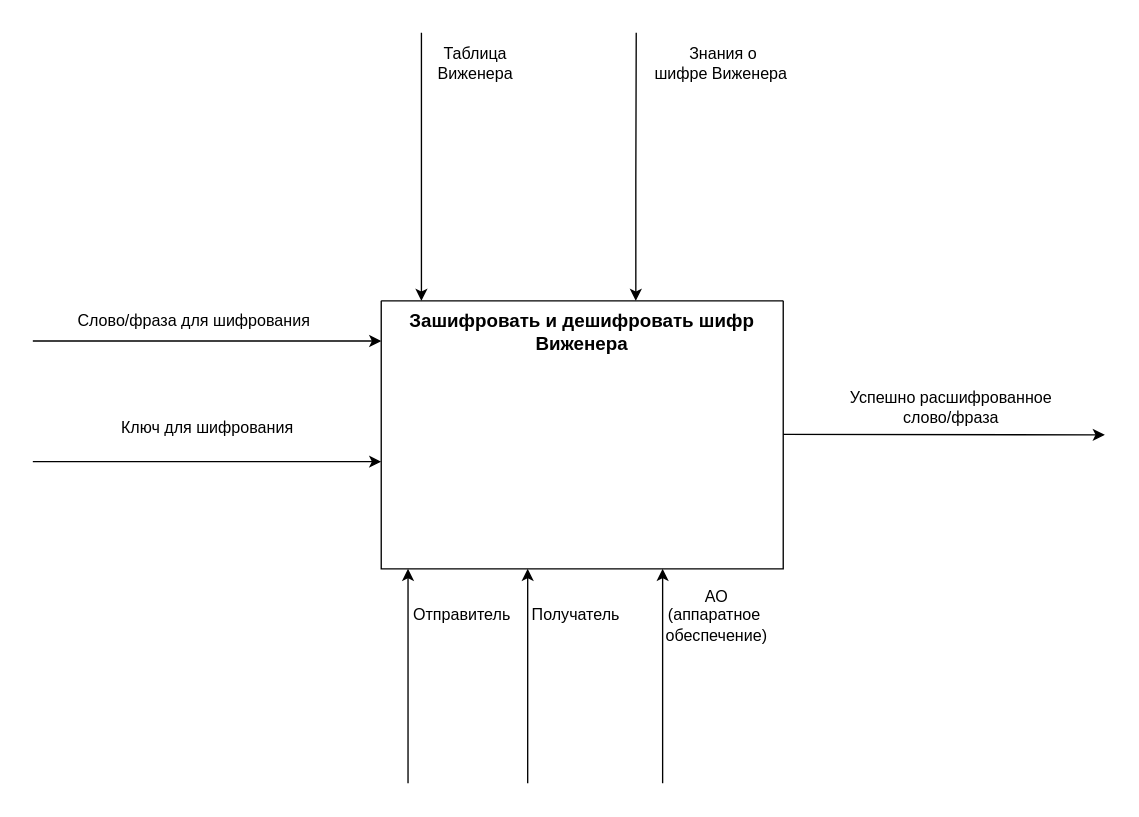
Before: page "IDEF уровень А0" (1 of 2) of Диаграмма без названия.drawio in Epicbro2222/IDEF0-diagram-, a draw.io diagram. Source tidied: cells renumbered, new cells numbered last; positions are measured from the earlier drawing's top-left corner, leaving out a move shared by most shapes. Both pictures are drawn from the tidied source at 134%, with x=0, y=0 at pixel (32, 32).
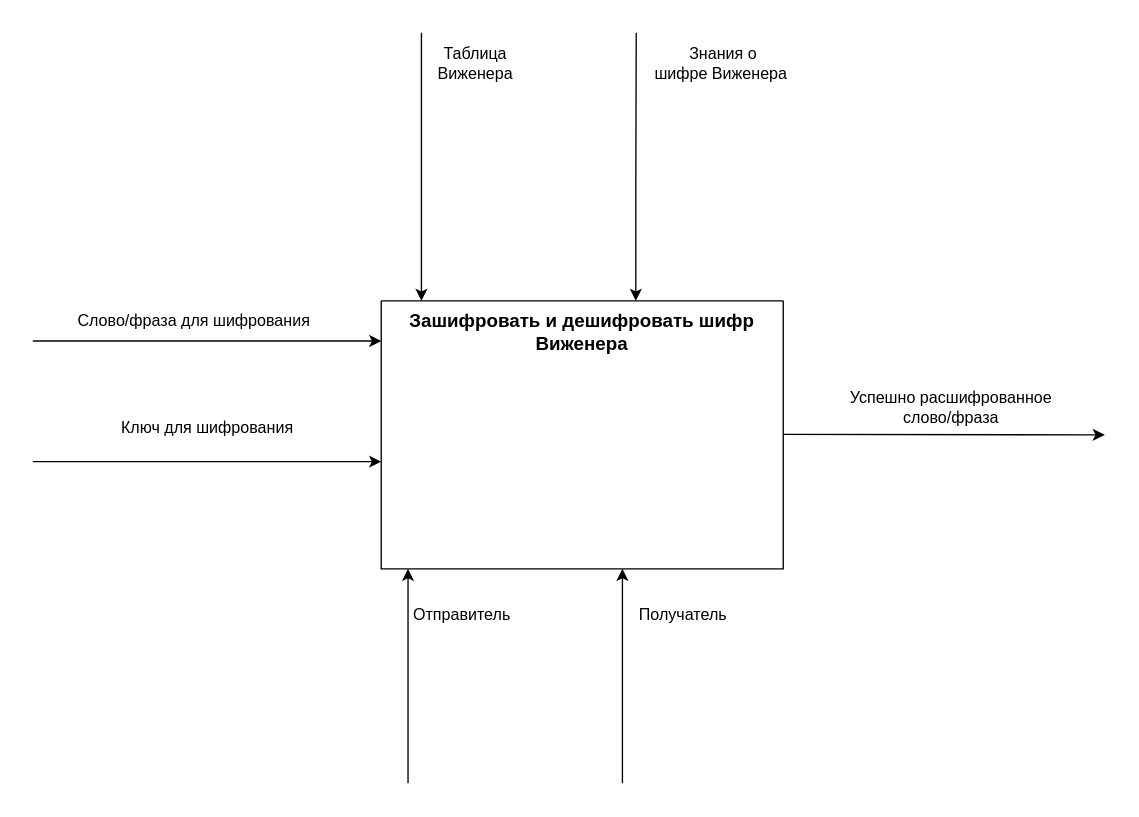
After the change.

Change to the diagram source:
```diff
@@
     <mxCell id="12" style="endArrow=classic;html=1;rounded=0;" parent="1" edge="1">
       <mxGeometry relative="1" as="geometry">
-        <mxPoint x="369.3" y="560" as="sourcePoint" />
-        <mxPoint x="369.3" y="400" as="targetPoint" />
+        <mxPoint x="440" y="560" as="sourcePoint" />
+        <mxPoint x="440" y="400" as="targetPoint" />
       </mxGeometry>
     </mxCell>
-    <mxCell id="13" style="endArrow=classic;html=1;rounded=0;" parent="1" edge="1">
-      <mxGeometry relative="1" as="geometry">
-        <mxPoint x="470" y="560" as="sourcePoint" />
-        <mxPoint x="470" y="400" as="targetPoint" />
-      </mxGeometry>
-    </mxCell>
@@
     <mxCell id="15" value="Получатель" style="text;html=1;align=center;verticalAlign=middle;strokeColor=none;fillColor=none;" parent="1" vertex="1">
-      <mxGeometry x="360" y="420" width="90" height="30" as="geometry" />
+      <mxGeometry x="440" y="420" width="90" height="30" as="geometry" />
     </mxCell>
-    <mxCell id="16" value="АО&lt;div&gt;(аппаратное&amp;nbsp;&lt;/div&gt;&lt;div&gt;обеспечение)&lt;/div&gt;" style="text;html=1;align=center;verticalAlign=middle;strokeColor=none;fillColor=none;" parent="1" vertex="1">
-      <mxGeometry x="460" y="405" width="100" height="60" as="geometry" />
-    </mxCell>
```
